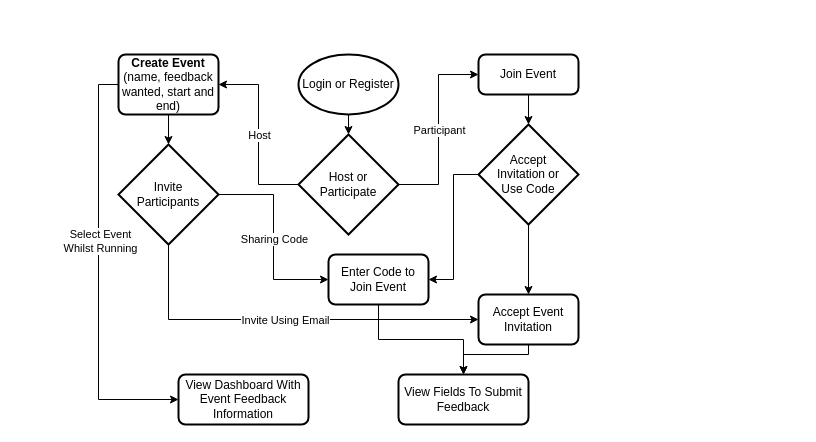
This is Untitled Diagram.drawio from Edward-Upton/CS261-Software-Engineering, a draw.io file, before an edit. Source tidied: cells renumbered, new cells numbered last; positions are measured from the earlier drawing's top-left corner, leaving out a move shared by most shapes. Both pictures are drawn from the tidied source at 100%, with x=0, y=0 at pixel (98, 54).
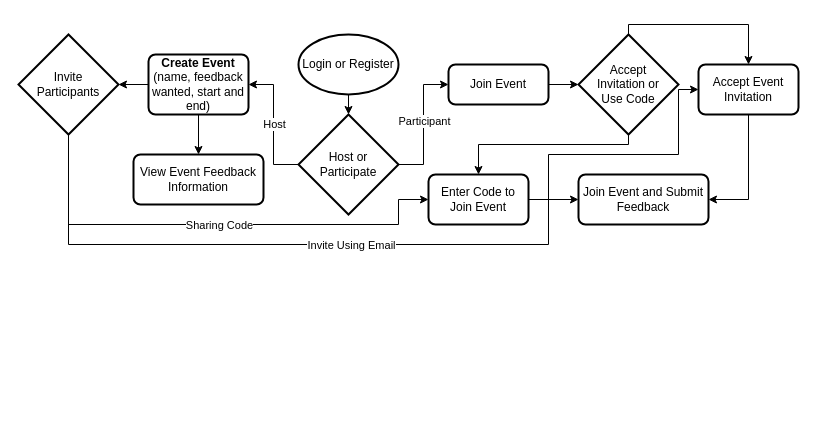
The same page after the edit.

What changed in the source:
```diff
@@
     <mxCell id="6" value="Host or Participate" style="strokeWidth=2;html=1;shape=mxgraph.flowchart.decision;whiteSpace=wrap;" parent="1" vertex="1">
-      <mxGeometry x="200" y="80" width="100" height="100" as="geometry" />
+      <mxGeometry x="200" y="60" width="100" height="100" as="geometry" />
     </mxCell>
-    <mxCell id="7" style="edgeStyle=orthogonalEdgeStyle;rounded=0;jettySize=auto;html=1;exitX=0.5;exitY=1;exitDx=0;exitDy=0;entryX=0.5;entryY=0;entryDx=0;entryDy=0;entryPerimeter=0;" parent="1" edge="1" source="10" target="22">
+    <mxCell id="7" style="edgeStyle=orthogonalEdgeStyle;rounded=0;jettySize=auto;html=1;entryX=1;entryY=0.5;entryDx=0;entryDy=0;entryPerimeter=0;" parent="1" edge="1" source="10" target="22">
       <mxGeometry relative="1" as="geometry" />
     </mxCell>
-    <mxCell id="8" style="edgeStyle=orthogonalEdgeStyle;rounded=0;jettySize=auto;html=1;entryX=0;entryY=0.5;entryDx=0;entryDy=0;" parent="1" edge="1" source="10" target="27">
-      <mxGeometry relative="1" as="geometry">
-        <Array as="points">
-          <mxPoint y="30" />
-          <mxPoint y="345" />
-        </Array>
-      </mxGeometry>
+    <mxCell id="8" style="edgeStyle=orthogonalEdgeStyle;rounded=0;jettySize=auto;html=1;entryX=0.5;entryY=0;entryDx=0;entryDy=0;" parent="1" edge="1" source="10" target="27">
+      <mxGeometry relative="1" as="geometry" />
     </mxCell>
-    <mxCell id="9" value="&lt;div&gt;Select Event &lt;br&gt;&lt;/div&gt;&lt;div&gt;Whilst Running&lt;/div&gt;" style="edgeLabel;html=1;align=center;verticalAlign=middle;" parent="8" vertex="1">
-      <mxGeometry x="-0.15" y="1" relative="1" as="geometry" />
-    </mxCell>
     <mxCell id="10" value="&lt;div&gt;&lt;b&gt;Create Event&lt;/b&gt;&lt;/div&gt;&lt;div&gt;(name, feedback wanted, start and end)&lt;br&gt;&lt;/div&gt;" style="rounded=1;whiteSpace=wrap;html=1;absoluteArcSize=1;arcSize=14;strokeWidth=2;" parent="1" vertex="1">
-      <mxGeometry x="20" width="100" height="60" as="geometry" />
+      <mxGeometry x="50" width="100" height="60" as="geometry" />
     </mxCell>
@@
     <mxCell id="12" value="Join Event" style="rounded=1;whiteSpace=wrap;html=1;absoluteArcSize=1;arcSize=14;strokeWidth=2;" parent="1" vertex="1">
-      <mxGeometry x="380" width="100" height="40" as="geometry" />
+      <mxGeometry x="350" y="10" width="100" height="40" as="geometry" />
     </mxCell>
@@
     <mxCell id="14" value="Login or Register" style="strokeWidth=2;html=1;shape=mxgraph.flowchart.start_1;whiteSpace=wrap;" parent="1" vertex="1">
-      <mxGeometry x="200" width="100" height="60" as="geometry" />
+      <mxGeometry x="200" y="-20" width="100" height="60" as="geometry" />
     </mxCell>
-    <mxCell id="15" style="edgeStyle=orthogonalEdgeStyle;rounded=0;jettySize=auto;html=1;entryX=1;entryY=0.5;entryDx=0;entryDy=0;" parent="1" edge="1" source="17" target="24">
-      <mxGeometry relative="1" as="geometry" />
+    <mxCell id="15" style="edgeStyle=orthogonalEdgeStyle;rounded=0;jettySize=auto;html=1;exitX=0.5;exitY=1;exitDx=0;exitDy=0;exitPerimeter=0;entryX=0.5;entryY=0;entryDx=0;entryDy=0;" parent="1" edge="1" source="17" target="24">
+      <mxGeometry relative="1" as="geometry">
+        <Array as="points">
+          <mxPoint x="530" y="90" />
+          <mxPoint x="380" y="90" />
+        </Array>
+      </mxGeometry>
     </mxCell>
-    <mxCell id="16" style="edgeStyle=orthogonalEdgeStyle;rounded=0;jettySize=auto;html=1;exitX=0.5;exitY=1;exitDx=0;exitDy=0;exitPerimeter=0;entryX=0.5;entryY=0;entryDx=0;entryDy=0;" parent="1" edge="1" source="17" target="26">
-      <mxGeometry relative="1" as="geometry" />
+    <mxCell id="16" style="edgeStyle=orthogonalEdgeStyle;rounded=0;jettySize=auto;html=1;entryX=0.5;entryY=0;entryDx=0;entryDy=0;exitX=0.5;exitY=0;exitDx=0;exitDy=0;exitPerimeter=0;" parent="1" edge="1" source="17" target="26">
+      <mxGeometry relative="1" as="geometry">
+        <Array as="points">
+          <mxPoint x="530" y="-30" />
+          <mxPoint x="650" y="-30" />
+        </Array>
+      </mxGeometry>
     </mxCell>
     <mxCell id="17" value="&lt;div align=&quot;center&quot;&gt;Accept &lt;br&gt;&lt;/div&gt;&lt;div align=&quot;center&quot;&gt;Invitation or &lt;br&gt;&lt;/div&gt;&lt;div align=&quot;center&quot;&gt;Use Code&lt;/div&gt;" style="strokeWidth=2;html=1;shape=mxgraph.flowchart.decision;whiteSpace=wrap;align=center;" parent="1" vertex="1">
-      <mxGeometry x="380" y="70" width="100" height="100" as="geometry" />
+      <mxGeometry x="480" y="-20" width="100" height="100" as="geometry" />
     </mxCell>
-    <mxCell id="18" style="edgeStyle=orthogonalEdgeStyle;rounded=0;jettySize=auto;html=1;entryX=0;entryY=0.5;entryDx=0;entryDy=0;" parent="1" edge="1" source="22" target="24">
-      <mxGeometry relative="1" as="geometry" />
+    <mxCell id="18" style="edgeStyle=orthogonalEdgeStyle;rounded=0;jettySize=auto;html=1;entryX=0;entryY=0.5;entryDx=0;entryDy=0;exitX=0.5;exitY=1;exitDx=0;exitDy=0;exitPerimeter=0;" parent="1" edge="1" source="22" target="24">
+      <mxGeometry relative="1" as="geometry">
+        <Array as="points">
+          <mxPoint x="-30" y="170" />
+          <mxPoint x="300" y="170" />
+          <mxPoint x="300" y="145" />
+        </Array>
+      </mxGeometry>
     </mxCell>
     <mxCell id="19" value="Sharing Code" style="edgeLabel;html=1;align=center;verticalAlign=middle;" parent="18" vertex="1">
       <mxGeometry x="0.03" y="3" relative="1" as="geometry">
-        <mxPoint x="-3" y="-1" as="offset" />
+        <mxPoint x="-5" y="3" as="offset" />
       </mxGeometry>
     </mxCell>
-    <mxCell id="20" style="edgeStyle=orthogonalEdgeStyle;rounded=0;jettySize=auto;html=1;entryX=0;entryY=0.5;entryDx=0;entryDy=0;" parent="1" edge="1" source="22" target="26">
+    <mxCell id="20" style="edgeStyle=orthogonalEdgeStyle;rounded=0;jettySize=auto;html=1;entryX=0;entryY=0.5;entryDx=0;entryDy=0;exitX=0.5;exitY=1;exitDx=0;exitDy=0;exitPerimeter=0;" parent="1" edge="1" source="22" target="26">
       <mxGeometry relative="1" as="geometry">
         <Array as="points">
-          <mxPoint x="70" y="265" />
+          <mxPoint x="-30" y="190" />
+          <mxPoint x="450" y="190" />
+          <mxPoint x="450" y="100" />
+          <mxPoint x="580" y="100" />
+          <mxPoint x="580" y="35" />
         </Array>
       </mxGeometry>
     </mxCell>
     <mxCell id="21" value="&lt;div&gt;Invite Using Email&lt;/div&gt;" style="edgeLabel;html=1;align=center;verticalAlign=middle;" parent="20" vertex="1">
-      <mxGeometry x="-0.01" relative="1" as="geometry" />
+      <mxGeometry x="-0.01" relative="1" as="geometry">
+        <mxPoint x="-50.8" as="offset" />
+      </mxGeometry>
     </mxCell>
     <mxCell id="22" value="&lt;div&gt;Invite &lt;br&gt;&lt;/div&gt;&lt;div&gt;Participants&lt;/div&gt;" style="strokeWidth=2;html=1;shape=mxgraph.flowchart.decision;whiteSpace=wrap;" parent="1" vertex="1">
-      <mxGeometry x="20" y="90" width="100" height="100" as="geometry" />
+      <mxGeometry x="-80" y="-20" width="100" height="100" as="geometry" />
     </mxCell>
-    <mxCell id="23" style="edgeStyle=orthogonalEdgeStyle;rounded=0;jettySize=auto;html=1;" parent="1" edge="1" source="24" target="28">
+    <mxCell id="23" style="edgeStyle=orthogonalEdgeStyle;rounded=0;jettySize=auto;html=1;entryX=0;entryY=0.5;entryDx=0;entryDy=0;" parent="1" edge="1" source="24" target="28">
       <mxGeometry relative="1" as="geometry" />
     </mxCell>
     <mxCell id="24" value="Enter Code to Join Event" style="rounded=1;whiteSpace=wrap;html=1;absoluteArcSize=1;arcSize=14;strokeWidth=2;" parent="1" vertex="1">
-      <mxGeometry x="230" y="200" width="100" height="50" as="geometry" />
+      <mxGeometry x="330" y="120" width="100" height="50" as="geometry" />
     </mxCell>
-    <mxCell id="25" style="edgeStyle=orthogonalEdgeStyle;rounded=0;jettySize=auto;html=1;entryX=0.5;entryY=0;entryDx=0;entryDy=0;" parent="1" edge="1" source="26" target="28">
-      <mxGeometry relative="1" as="geometry">
-        <Array as="points">
-          <mxPoint x="430" y="300" />
-          <mxPoint x="365" y="300" />
-        </Array>
-      </mxGeometry>
+    <mxCell id="25" style="edgeStyle=orthogonalEdgeStyle;rounded=0;jettySize=auto;html=1;entryX=1;entryY=0.5;entryDx=0;entryDy=0;" parent="1" edge="1" source="26" target="28">
+      <mxGeometry relative="1" as="geometry" />
     </mxCell>
     <mxCell id="26" value="Accept Event Invitation" style="rounded=1;whiteSpace=wrap;html=1;absoluteArcSize=1;arcSize=14;strokeWidth=2;" parent="1" vertex="1">
-      <mxGeometry x="380" y="240" width="100" height="50" as="geometry" />
+      <mxGeometry x="600" y="10" width="100" height="50" as="geometry" />
     </mxCell>
-    <mxCell id="27" value="View Dashboard With Event Feedback Information" style="rounded=1;whiteSpace=wrap;html=1;absoluteArcSize=1;arcSize=14;strokeWidth=2;" parent="1" vertex="1">
-      <mxGeometry x="80" y="320" width="130" height="50" as="geometry" />
+    <mxCell id="27" value="View Event Feedback Information" style="rounded=1;whiteSpace=wrap;html=1;absoluteArcSize=1;arcSize=14;strokeWidth=2;" parent="1" vertex="1">
+      <mxGeometry x="35" y="100" width="130" height="50" as="geometry" />
     </mxCell>
-    <mxCell id="28" value="View Fields To Submit Feedback" style="rounded=1;whiteSpace=wrap;html=1;absoluteArcSize=1;arcSize=14;strokeWidth=2;" parent="1" vertex="1">
-      <mxGeometry x="300" y="320" width="130" height="50" as="geometry" />
+    <mxCell id="28" value="Join Event and Submit Feedback" style="rounded=1;whiteSpace=wrap;html=1;absoluteArcSize=1;arcSize=14;strokeWidth=2;" parent="1" vertex="1">
+      <mxGeometry x="480" y="120" width="130" height="50" as="geometry" />
     </mxCell>
```
